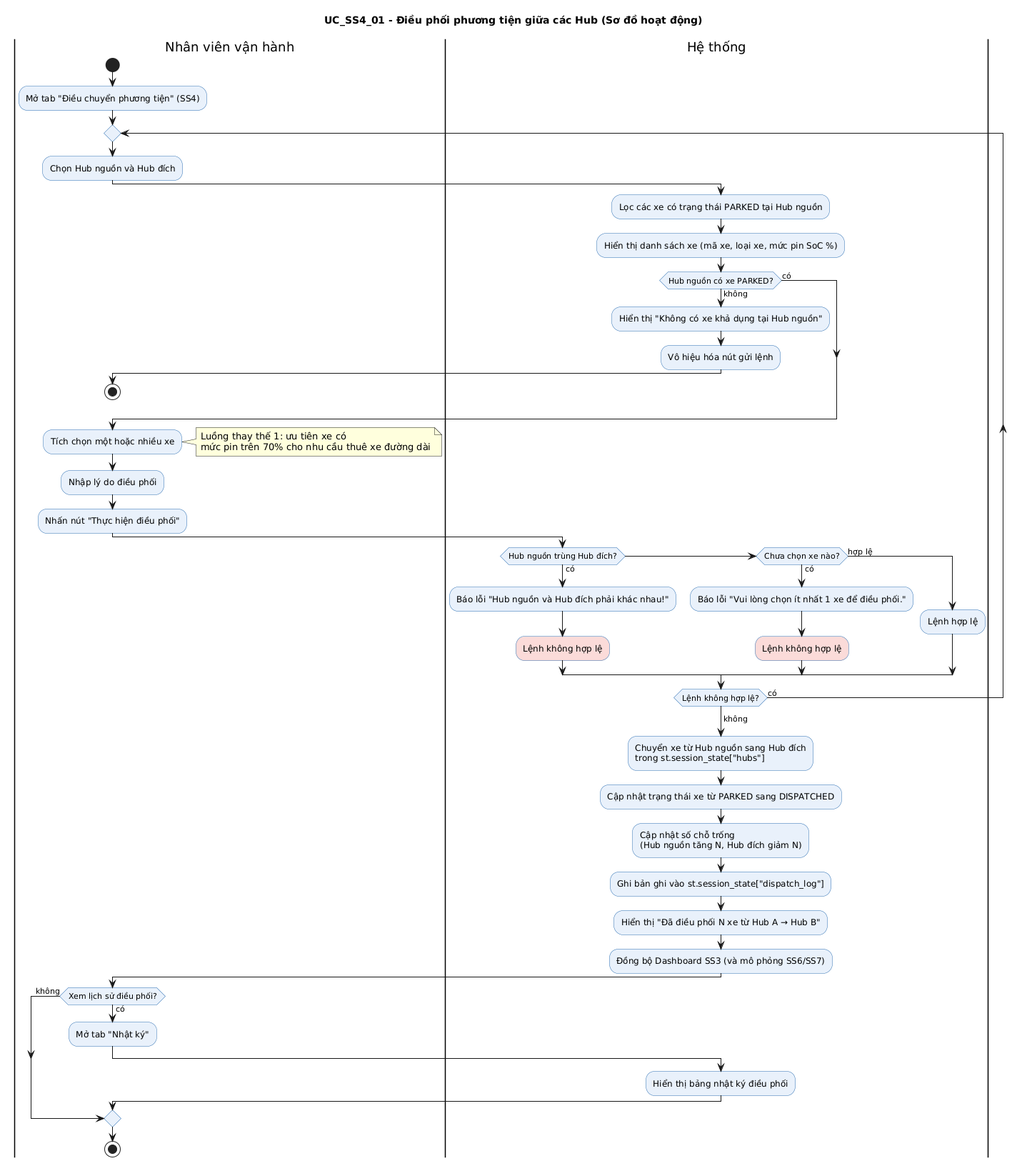
Dat-nguyen195/BTL_1_CNPM keeps this PlantUML diagram as docs/diagrams/Use-case detail-scenario/SS4/Activity diagrams/UC_SS4_01_activity.png. Above is the earlier version. Its diagram source:
```plantuml
@startuml
title UC_SS4_01 - Điều phối phương tiện giữa các Hub (Sơ đồ hoạt động)
skinparam shadowing false
skinparam ActivityBackgroundColor #E8F1FB
skinparam ActivityBorderColor #2B6CB0

|Nhân viên vận hành|
start
:Mở tab "Điều chuyển phương tiện" (SS4);

repeat
  :Chọn Hub nguồn và Hub đích;

  |Hệ thống|
  :Lọc các xe có trạng thái PARKED tại Hub nguồn;
  :Hiển thị danh sách xe (mã xe, loại xe, mức pin SoC %);

  if (Hub nguồn có xe PARKED?) then (không)
    :Hiển thị "Không có xe khả dụng tại Hub nguồn";
    :Vô hiệu hóa nút gửi lệnh;
    |Nhân viên vận hành|
    stop
  else (có)
  endif

  |Nhân viên vận hành|
  :Tích chọn một hoặc nhiều xe;
  note right
    Luồng thay thế 1: ưu tiên xe có
    mức pin trên 70% cho nhu cầu thuê xe đường dài
  end note
  :Nhập lý do điều phối;
  :Nhấn nút "Thực hiện điều phối";

  |Hệ thống|
  if (Hub nguồn trùng Hub đích?) then (có)
    :Báo lỗi "Hub nguồn và Hub đích phải khác nhau!";
    :Lệnh không hợp lệ; <<#FADBD8>>
  elseif (Chưa chọn xe nào?) then (có)
    :Báo lỗi "Vui lòng chọn ít nhất 1 xe để điều phối.";
    :Lệnh không hợp lệ; <<#FADBD8>>
  else (hợp lệ)
    :Lệnh hợp lệ;
  endif
repeat while (Lệnh không hợp lệ?) is (có)
->không;

:Chuyển xe từ Hub nguồn sang Hub đích\ntrong st.session_state["hubs"];
:Cập nhật trạng thái xe từ PARKED sang DISPATCHED;
:Cập nhật số chỗ trống\n(Hub nguồn tăng N, Hub đích giảm N);
:Ghi bản ghi vào st.session_state["dispatch_log"];
:Hiển thị "Đã điều phối N xe từ Hub A → Hub B";
:Đồng bộ Dashboard SS3 (và mô phỏng SS6/SS7);

|Nhân viên vận hành|
if (Xem lịch sử điều phối?) then (có)
  :Mở tab "Nhật ký";
  |Hệ thống|
  :Hiển thị bảng nhật ký điều phối;
else (không)
endif

|Nhân viên vận hành|
stop
@enduml
```
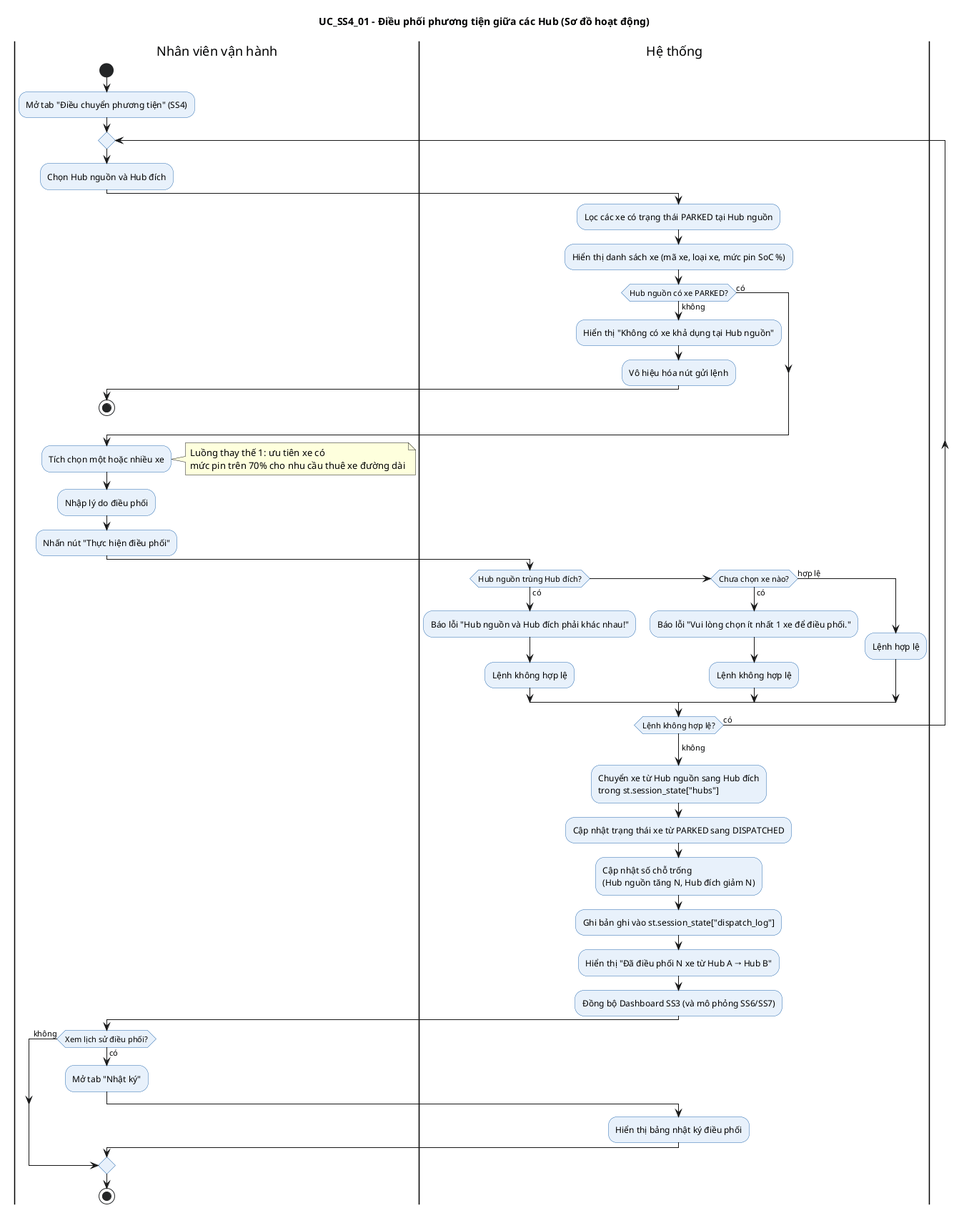
Later version of the same file.

Diff of the diagram source:
```diff
@@ -1,4 +1,5 @@
-@startuml
+@startuml UC_SS4_01_activity
+!pragma layout smetana
 title UC_SS4_01 - Điều phối phương tiện giữa các Hub (Sơ đồ hoạt động)
 skinparam shadowing false
 skinparam ActivityBackgroundColor #E8F1FB
@@ -35,10 +36,10 @@
   |Hệ thống|
   if (Hub nguồn trùng Hub đích?) then (có)
     :Báo lỗi "Hub nguồn và Hub đích phải khác nhau!";
-    :Lệnh không hợp lệ; <<#FADBD8>>
+    :Lệnh không hợp lệ;
   elseif (Chưa chọn xe nào?) then (có)
     :Báo lỗi "Vui lòng chọn ít nhất 1 xe để điều phối.";
-    :Lệnh không hợp lệ; <<#FADBD8>>
+    :Lệnh không hợp lệ;
   else (hợp lệ)
     :Lệnh hợp lệ;
   endif
```
